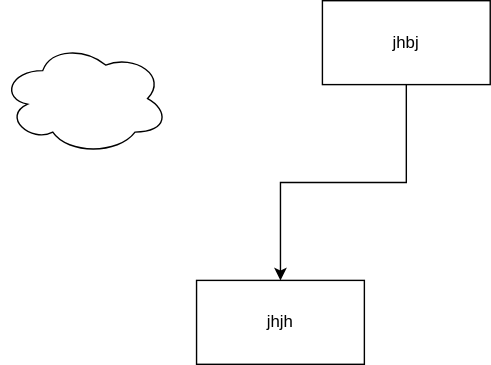
Above: docs/svgs/test-graph.svg in artur-gurgul-pro/artur-gurgul-pro.github.io (draw.io), before the change. Source tidied: cells renumbered, new cells last; positions are measured from the earlier drawing's top-left corner, leaving out a move shared by most shapes.
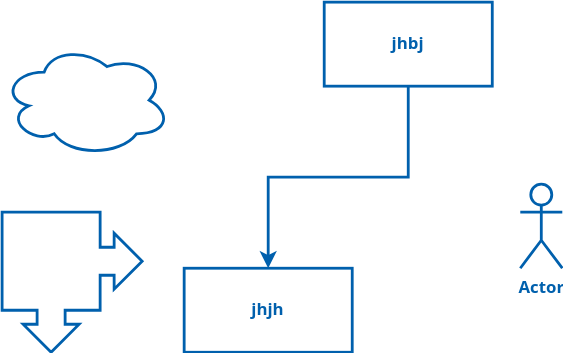
Above is the later version.

Change to the diagram source:
```diff
@@ -2,17 +2,23 @@
   <root>
     <mxCell id="0" />
     <mxCell id="1" parent="0" />
-    <mxCell id="2" style="edgeStyle=orthogonalEdgeStyle;rounded=0;jettySize=auto;html=1;entryX=0.5;entryY=0;entryDx=0;entryDy=0;" parent="1" edge="1" source="3" target="4">
+    <mxCell id="2" style="edgeStyle=orthogonalEdgeStyle;rounded=0;jettySize=auto;html=1;entryX=0.5;entryY=0;entryDx=0;entryDy=0;fontColor=#0060ad;strokeColor=#0060ad;strokeWidth=2;fontStyle=1;" parent="1" edge="1" source="3" target="4">
       <mxGeometry relative="1" as="geometry" />
     </mxCell>
-    <mxCell id="3" value="jhbj" style="rounded=0;whiteSpace=wrap;html=1;" parent="1" vertex="1">
+    <mxCell id="3" value="jhbj" style="rounded=0;whiteSpace=wrap;html=1;fillColor=none;fontFamily=Open Sans;fontColor=#0060ad;strokeColor=#0060ad;strokeWidth=2;fontStyle=1;" parent="1" vertex="1">
       <mxGeometry x="230" width="120" height="60" as="geometry" />
     </mxCell>
-    <mxCell id="4" value="jhjh" style="rounded=0;whiteSpace=wrap;html=1;" parent="1" vertex="1">
-      <mxGeometry x="140" y="200" width="120" height="60" as="geometry" />
+    <mxCell id="4" value="jhjh" style="rounded=0;whiteSpace=wrap;html=1;fontFamily=Open Sans;fillColor=none;fontColor=#0060ad;strokeColor=#0060ad;strokeWidth=2;fontStyle=1;" parent="1" vertex="1">
+      <mxGeometry x="130" y="190" width="120" height="60" as="geometry" />
     </mxCell>
-    <mxCell id="5" style="ellipse;shape=cloud;whiteSpace=wrap;html=1;" parent="1" vertex="1">
+    <mxCell id="5" style="ellipse;shape=cloud;whiteSpace=wrap;html=1;fillColor=none;fontColor=#0060ad;strokeColor=#0060ad;strokeWidth=2;" parent="1" vertex="1">
       <mxGeometry y="30" width="120" height="80" as="geometry" />
     </mxCell>
+    <mxCell id="6" value="Actor" style="shape=umlActor;verticalLabelPosition=bottom;verticalAlign=top;html=1;fillColor=none;fontFamily=Open Sans;fontColor=#0060ad;strokeColor=#0060ad;strokeWidth=2;fontStyle=1;" parent="1" vertex="1">
+      <mxGeometry x="370" y="130" width="30" height="60" as="geometry" />
+    </mxCell>
+    <mxCell id="7" style="html=1;shadow=0;dashed=0;align=center;verticalAlign=middle;shape=mxgraph.arrows2.calloutDouble90Arrow;dy1=10;dx1=20;dx2=70;dy2=70;arrowHead=10;fillColor=none;fontColor=#0060ad;strokeColor=#0060ad;strokeWidth=2;" parent="1" vertex="1">
+      <mxGeometry y="150" width="100" height="100" as="geometry" />
+    </mxCell>
   </root>
 </mxGraphModel>
```
